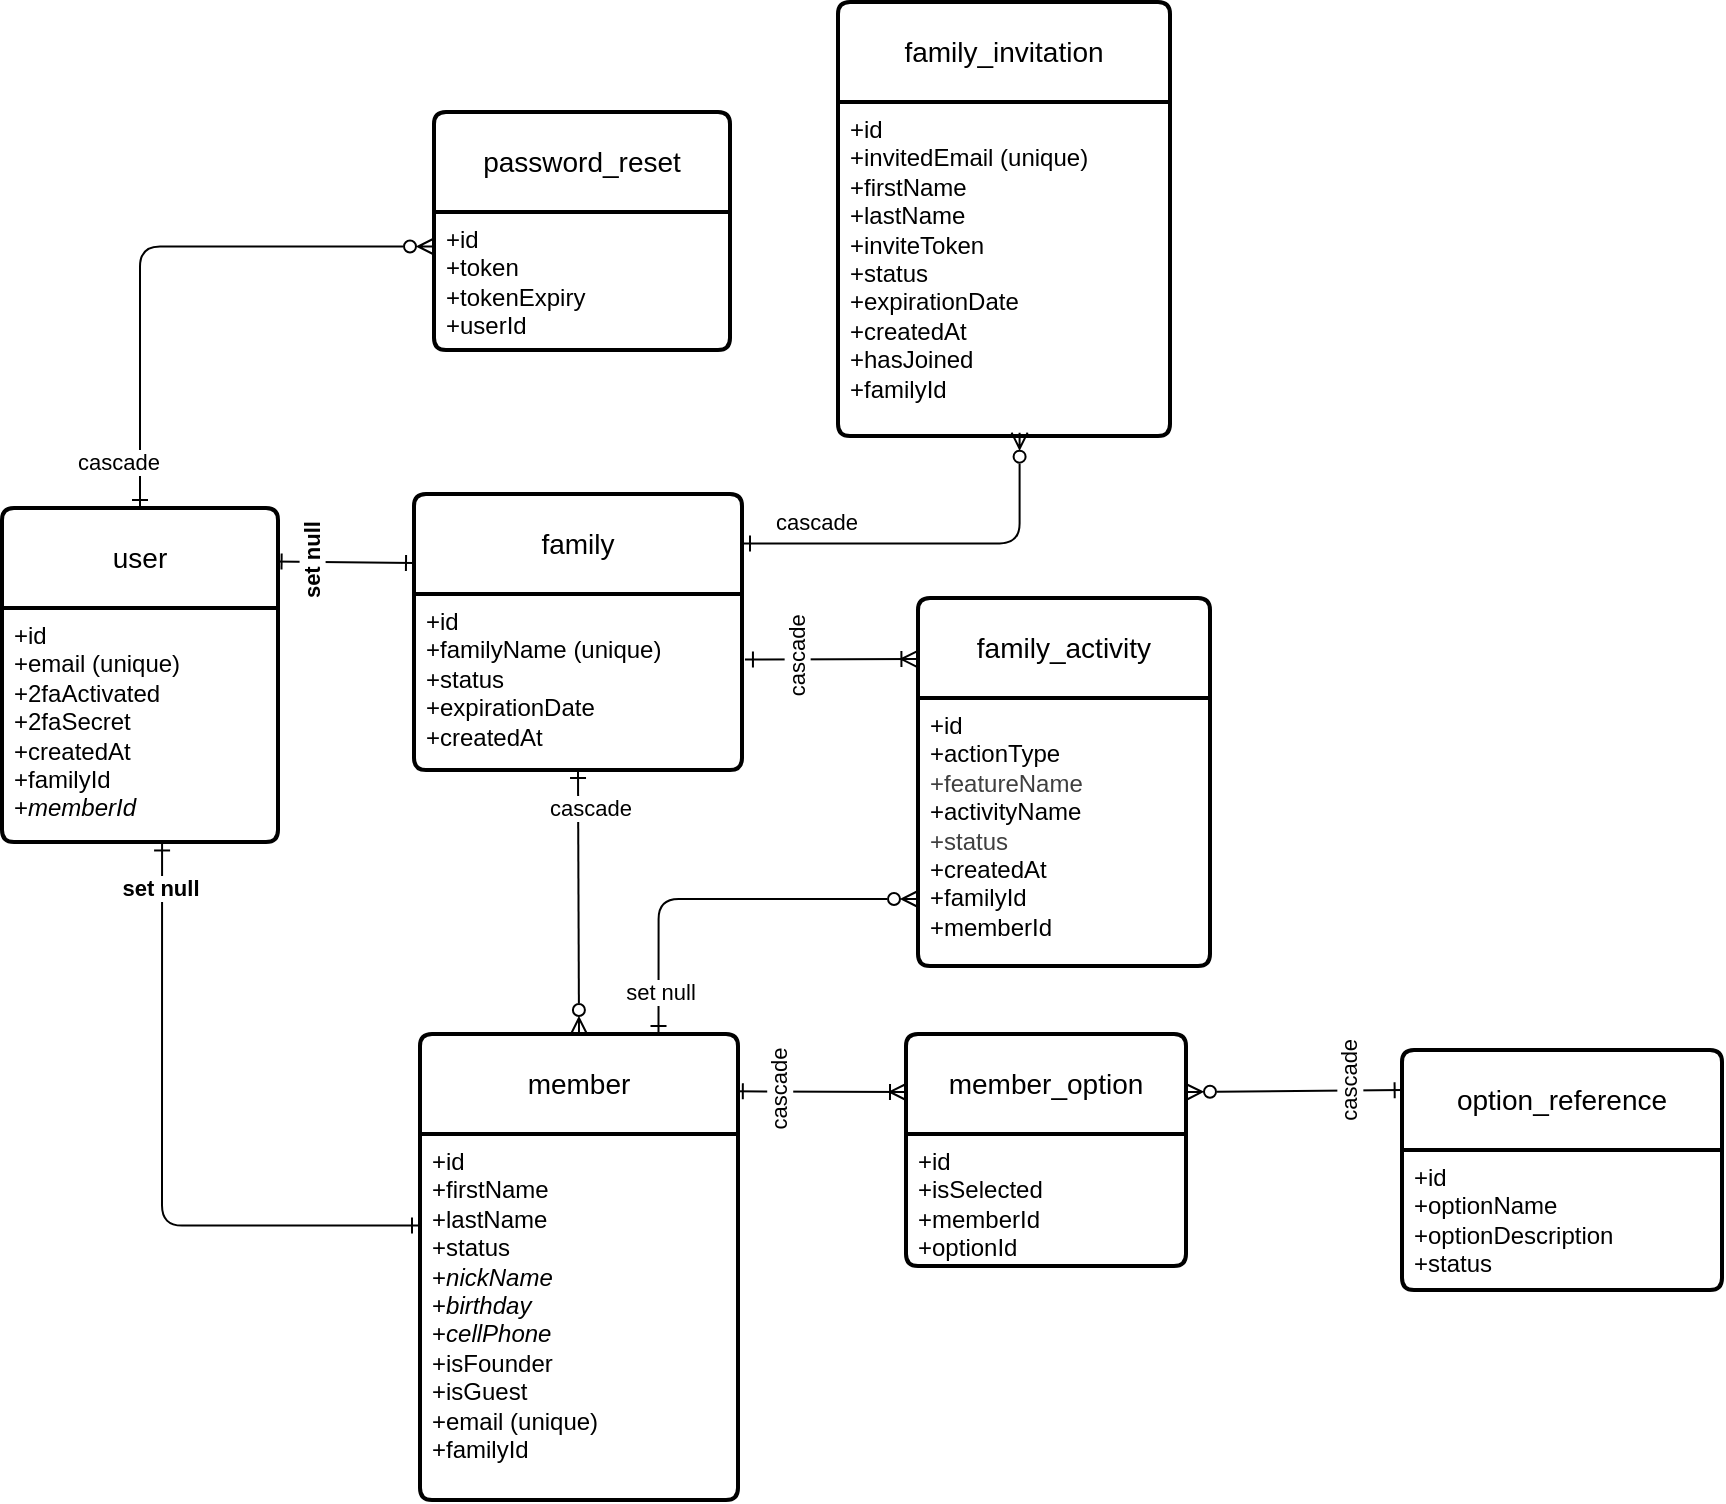
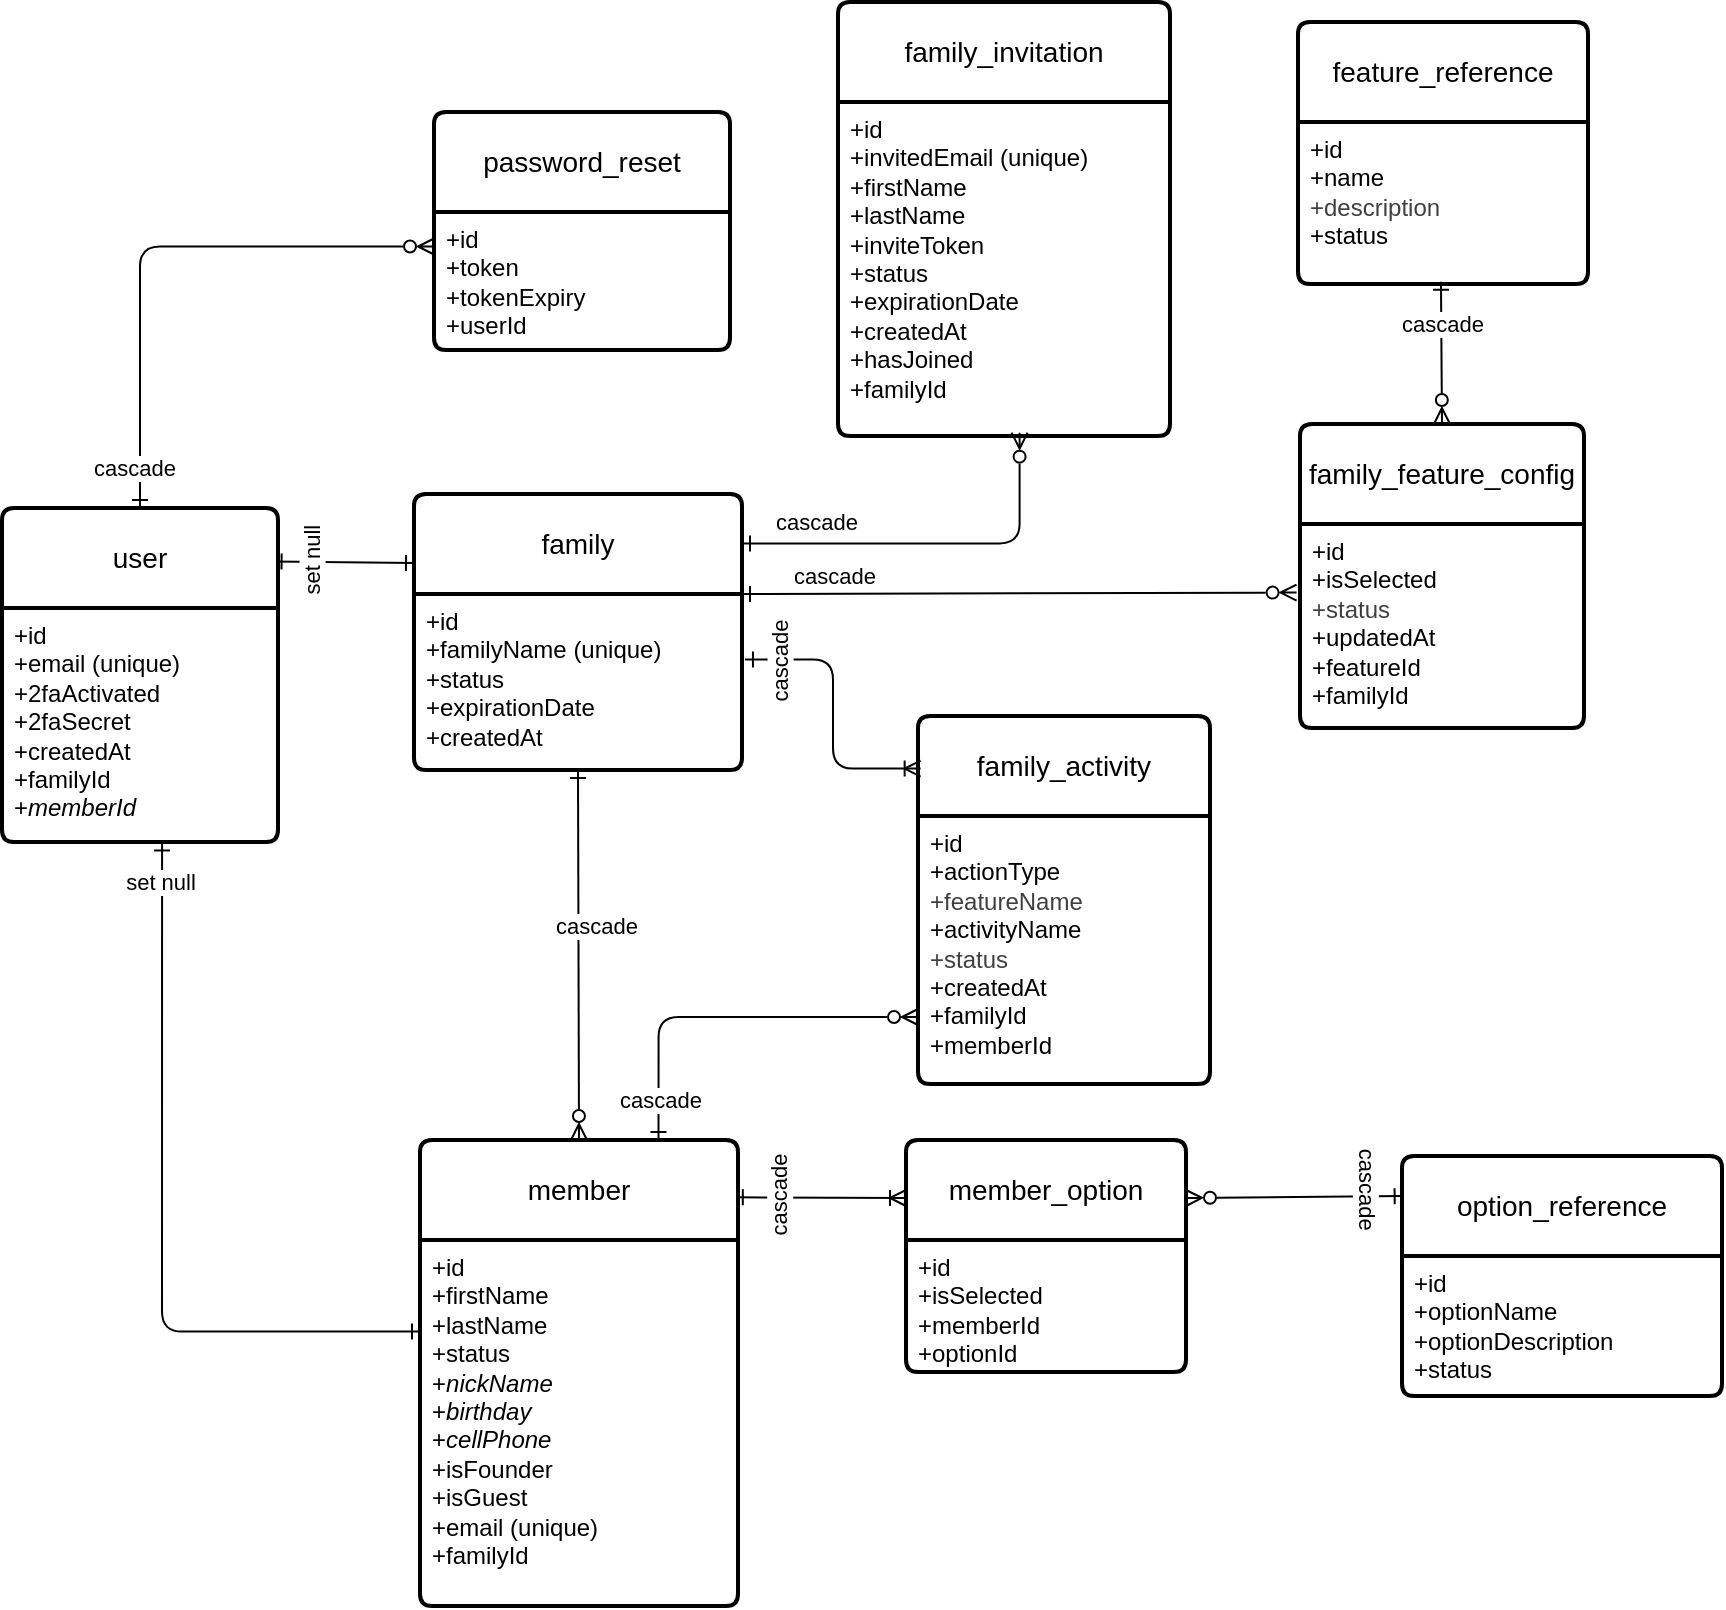
<mxfile host="65bd71144e">
    <diagram id="WX1BQ3sqvUrdIcj5CrVl" name="Page-1">
-         <mxGraphModel dx="1041" dy="649" grid="1" gridSize="2" guides="1" tooltips="1" connect="1" arrows="1" fold="1" page="1" pageScale="1" pageWidth="1100" pageHeight="850" background="#ffffff" math="0" shadow="0">
+         <mxGraphModel dx="1092" dy="837" grid="1" gridSize="2" guides="1" tooltips="1" connect="1" arrows="1" fold="1" page="1" pageScale="1" pageWidth="1100" pageHeight="850" background="#ffffff" math="0" shadow="0">
            <root>
                <mxCell id="0"/>
                <mxCell id="1" parent="0"/>
                <mxCell id="185" style="html=1;endArrow=ERone;endFill=0;startArrow=ERone;startFill=0;elbow=vertical;rounded=1;entryX=0;entryY=0.25;entryDx=0;entryDy=0;exitX=0.58;exitY=1.002;exitDx=0;exitDy=0;exitPerimeter=0;edgeStyle=orthogonalEdgeStyle;" parent="1" source="250" target="248" edge="1">
                    <mxGeometry relative="1" as="geometry">
                        <mxPoint x="304" y="679" as="sourcePoint"/>
                        <mxPoint x="304" y="603" as="targetPoint"/>
                    </mxGeometry>
                </mxCell>
-                 <mxCell id="192" value="&lt;b&gt;set null&lt;/b&gt;" style="edgeLabel;html=1;align=center;verticalAlign=middle;resizable=0;points=[];" parent="185" vertex="1" connectable="0">
+                 <mxCell id="192" value="&lt;span&gt;set null&lt;/span&gt;" style="edgeLabel;html=1;align=center;verticalAlign=middle;resizable=0;points=[];fontStyle=0" parent="185" vertex="1" connectable="0">
                    <mxGeometry x="-0.121" y="1" relative="1" as="geometry">
-                         <mxPoint x="-2" y="-118" as="offset"/>
+                         <mxPoint x="-2" y="-144" as="offset"/>
                    </mxGeometry>
                </mxCell>
                <mxCell id="186" style="edgeStyle=none;html=1;exitX=0.984;exitY=0.16;exitDx=0;exitDy=0;entryX=0;entryY=0.25;entryDx=0;entryDy=0;endArrow=ERone;endFill=0;startArrow=ERone;startFill=0;exitPerimeter=0;" parent="1" source="249" target="254" edge="1">
                    <mxGeometry relative="1" as="geometry"/>
                </mxCell>
-                 <mxCell id="193" value="&lt;b&gt;set null&lt;/b&gt;" style="edgeLabel;html=1;align=center;verticalAlign=middle;resizable=0;points=[];rotation=270;" parent="186" vertex="1" connectable="0">
+                 <mxCell id="193" value="&lt;span&gt;set null&lt;/span&gt;" style="edgeLabel;html=1;align=center;verticalAlign=middle;resizable=0;points=[];rotation=270;fontStyle=0" parent="186" vertex="1" connectable="0">
                    <mxGeometry x="-0.2774" y="1" relative="1" as="geometry">
                        <mxPoint x="-7" y="1" as="offset"/>
                    </mxGeometry>
                </mxCell>
                <mxCell id="187" style="html=1;endArrow=ERzeroToMany;endFill=0;startArrow=ERone;startFill=0;exitX=0.5;exitY=0;exitDx=0;exitDy=0;rounded=1;entryX=0;entryY=0.25;entryDx=0;entryDy=0;edgeStyle=orthogonalEdgeStyle;" parent="1" source="249" target="253" edge="1">
                    <mxGeometry relative="1" as="geometry">
                        <mxPoint x="148" y="233.75" as="sourcePoint"/>
                        <mxPoint x="352.5" y="103" as="targetPoint"/>
                    </mxGeometry>
                </mxCell>
                <mxCell id="194" value="cascade" style="edgeLabel;html=1;align=center;verticalAlign=middle;resizable=0;points=[];" parent="187" vertex="1" connectable="0">
                    <mxGeometry x="-0.0584" y="-2" relative="1" as="geometry">
-                         <mxPoint x="-11" y="105" as="offset"/>
+                         <mxPoint x="-3" y="108" as="offset"/>
                    </mxGeometry>
                </mxCell>
                <mxCell id="188" style="html=1;entryX=0.5;entryY=0;entryDx=0;entryDy=0;exitX=0.5;exitY=1;exitDx=0;exitDy=0;endArrow=ERzeroToMany;endFill=0;startArrow=ERone;startFill=0;" parent="1" source="255" target="247" edge="1">
                    <mxGeometry relative="1" as="geometry">
                        <mxPoint x="400" y="433" as="sourcePoint"/>
                    </mxGeometry>
                </mxCell>
                <mxCell id="189" style="html=1;entryX=0.547;entryY=0.99;entryDx=0;entryDy=0;startArrow=ERone;startFill=0;endArrow=ERzeroToMany;endFill=0;exitX=1;exitY=0.179;exitDx=0;exitDy=0;entryPerimeter=0;elbow=vertical;exitPerimeter=0;edgeStyle=orthogonalEdgeStyle;" parent="1" source="254" target="259" edge="1">
                    <mxGeometry relative="1" as="geometry">
                        <mxPoint x="660" y="363" as="sourcePoint"/>
                    </mxGeometry>
                </mxCell>
                <mxCell id="195" value="cascade" style="edgeLabel;html=1;align=center;verticalAlign=middle;resizable=0;points=[];" parent="189" vertex="1" connectable="0">
                    <mxGeometry x="0.0229" y="-2" relative="1" as="geometry">
                        <mxPoint x="-63" y="-13" as="offset"/>
                    </mxGeometry>
                </mxCell>
                <mxCell id="190" style="edgeStyle=none;html=1;entryX=0;entryY=0.25;entryDx=0;entryDy=0;startArrow=ERone;startFill=0;endArrow=ERoneToMany;endFill=0;exitX=0.99;exitY=0.123;exitDx=0;exitDy=0;exitPerimeter=0;" parent="1" source="247" target="260" edge="1">
                    <mxGeometry relative="1" as="geometry">
-                         <mxPoint x="544" y="535" as="sourcePoint"/>
+                         <mxPoint x="544" y="588" as="sourcePoint"/>
                    </mxGeometry>
                </mxCell>
                <mxCell id="196" value="cascade" style="edgeLabel;html=1;align=center;verticalAlign=middle;resizable=0;points=[];rotation=270;" parent="190" vertex="1" connectable="0">
                    <mxGeometry x="-0.1648" y="-1" relative="1" as="geometry">
                        <mxPoint x="-14" y="-2" as="offset"/>
                    </mxGeometry>
                </mxCell>
                <mxCell id="206" value="" style="fontSize=12;html=1;endArrow=ERzeroToMany;startArrow=ERone;exitX=0.002;exitY=0.167;exitDx=0;exitDy=0;exitPerimeter=0;entryX=1;entryY=0.25;entryDx=0;entryDy=0;rounded=0;startFill=0;endFill=0;" parent="1" source="264" target="260" edge="1">
                    <mxGeometry width="100" height="100" relative="1" as="geometry">
-                         <mxPoint x="860" y="394" as="sourcePoint"/>
-                         <mxPoint x="960" y="294" as="targetPoint"/>
+                         <mxPoint x="860" y="447" as="sourcePoint"/>
+                         <mxPoint x="960" y="347" as="targetPoint"/>
                    </mxGeometry>
                </mxCell>
-                 <mxCell id="207" value="cascade" style="edgeLabel;html=1;align=center;verticalAlign=middle;resizable=0;points=[];rotation=270;" parent="206" vertex="1" connectable="0">
+                 <mxCell id="207" value="cascade" style="edgeLabel;html=1;align=center;verticalAlign=middle;resizable=0;points=[];rotation=90;" parent="206" vertex="1" connectable="0">
                    <mxGeometry x="0.2313" y="-2" relative="1" as="geometry">
-                         <mxPoint x="40" y="-3" as="offset"/>
+                         <mxPoint x="49" y="-3" as="offset"/>
                    </mxGeometry>
                </mxCell>
-                 <mxCell id="247" value="member" style="swimlane;childLayout=stackLayout;horizontal=1;startSize=50;horizontalStack=0;rounded=1;fontSize=14;fontStyle=0;strokeWidth=2;resizeParent=0;resizeLast=1;shadow=0;dashed=0;align=center;arcSize=4;whiteSpace=wrap;html=1;" vertex="1" parent="1">
-                     <mxGeometry x="389" y="532" width="159" height="233" as="geometry"/>
+                 <mxCell id="247" value="member" style="swimlane;childLayout=stackLayout;horizontal=1;startSize=50;horizontalStack=0;rounded=1;fontSize=14;fontStyle=0;strokeWidth=2;resizeParent=0;resizeLast=1;shadow=0;dashed=0;align=center;arcSize=4;whiteSpace=wrap;html=1;" parent="1" vertex="1">
+                     <mxGeometry x="389" y="585" width="159" height="233" as="geometry"/>
                </mxCell>
-                 <mxCell id="248" value="&lt;div&gt;+id&lt;/div&gt;+firstName&lt;br&gt;+lastName&lt;br&gt;+status&lt;div&gt;+&lt;i&gt;nickName&lt;/i&gt;&lt;/div&gt;&lt;div&gt;+&lt;i&gt;birthday&lt;/i&gt;&lt;/div&gt;&lt;div&gt;+&lt;i&gt;cellPhone&lt;/i&gt;&lt;/div&gt;&lt;div&gt;+isFounder&lt;/div&gt;&lt;div&gt;+isGuest&lt;/div&gt;&lt;div&gt;+email (unique)&lt;/div&gt;&lt;div&gt;+familyId&lt;/div&gt;" style="align=left;strokeColor=none;fillColor=none;spacingLeft=4;fontSize=12;verticalAlign=top;resizable=0;rotatable=0;part=1;html=1;" vertex="1" parent="247">
+                 <mxCell id="248" value="&lt;div&gt;+id&lt;/div&gt;+firstName&lt;br&gt;+lastName&lt;br&gt;+status&lt;div&gt;+&lt;i&gt;nickName&lt;/i&gt;&lt;/div&gt;&lt;div&gt;+&lt;i&gt;birthday&lt;/i&gt;&lt;/div&gt;&lt;div&gt;+&lt;i&gt;cellPhone&lt;/i&gt;&lt;/div&gt;&lt;div&gt;+isFounder&lt;/div&gt;&lt;div&gt;+isGuest&lt;/div&gt;&lt;div&gt;+email (unique)&lt;/div&gt;&lt;div&gt;+familyId&lt;/div&gt;" style="align=left;strokeColor=none;fillColor=none;spacingLeft=4;fontSize=12;verticalAlign=top;resizable=0;rotatable=0;part=1;html=1;" parent="247" vertex="1">
                    <mxGeometry y="50" width="159" height="183" as="geometry"/>
                </mxCell>
-                 <mxCell id="249" value="user" style="swimlane;childLayout=stackLayout;horizontal=1;startSize=50;horizontalStack=0;rounded=1;fontSize=14;fontStyle=0;strokeWidth=2;resizeParent=0;resizeLast=1;shadow=0;dashed=0;align=center;arcSize=4;whiteSpace=wrap;html=1;" vertex="1" parent="1">
+                 <mxCell id="249" value="user" style="swimlane;childLayout=stackLayout;horizontal=1;startSize=50;horizontalStack=0;rounded=1;fontSize=14;fontStyle=0;strokeWidth=2;resizeParent=0;resizeLast=1;shadow=0;dashed=0;align=center;arcSize=4;whiteSpace=wrap;html=1;" parent="1" vertex="1">
                    <mxGeometry x="180" y="269" width="138" height="167" as="geometry"/>
                </mxCell>
-                 <mxCell id="250" value="+id&lt;div&gt;+email (unique)&lt;/div&gt;&lt;div&gt;+2faActivated&lt;/div&gt;&lt;div&gt;+2faSecret&lt;/div&gt;&lt;div&gt;+createdAt&lt;/div&gt;&lt;div&gt;+familyId&lt;/div&gt;&lt;div&gt;+&lt;i&gt;memberId&lt;/i&gt;&lt;/div&gt;" style="align=left;strokeColor=none;fillColor=none;spacingLeft=4;fontSize=12;verticalAlign=top;resizable=0;rotatable=0;part=1;html=1;" vertex="1" parent="249">
+                 <mxCell id="250" value="+id&lt;div&gt;+email (unique)&lt;/div&gt;&lt;div&gt;+2faActivated&lt;/div&gt;&lt;div&gt;+2faSecret&lt;/div&gt;&lt;div&gt;+createdAt&lt;/div&gt;&lt;div&gt;+familyId&lt;/div&gt;&lt;div&gt;+&lt;i&gt;memberId&lt;/i&gt;&lt;/div&gt;" style="align=left;strokeColor=none;fillColor=none;spacingLeft=4;fontSize=12;verticalAlign=top;resizable=0;rotatable=0;part=1;html=1;" parent="249" vertex="1">
                    <mxGeometry y="50" width="138" height="117" as="geometry"/>
                </mxCell>
-                 <mxCell id="252" value="password_reset" style="swimlane;childLayout=stackLayout;horizontal=1;startSize=50;horizontalStack=0;rounded=1;fontSize=14;fontStyle=0;strokeWidth=2;resizeParent=0;resizeLast=1;shadow=0;dashed=0;align=center;arcSize=4;whiteSpace=wrap;html=1;" vertex="1" parent="1">
+                 <mxCell id="252" value="password_reset" style="swimlane;childLayout=stackLayout;horizontal=1;startSize=50;horizontalStack=0;rounded=1;fontSize=14;fontStyle=0;strokeWidth=2;resizeParent=0;resizeLast=1;shadow=0;dashed=0;align=center;arcSize=4;whiteSpace=wrap;html=1;" parent="1" vertex="1">
                    <mxGeometry x="396" y="71" width="148" height="119" as="geometry"/>
                </mxCell>
-                 <mxCell id="253" value="+id&lt;div&gt;+token&lt;/div&gt;&lt;div&gt;+tokenExpiry&lt;/div&gt;&lt;div&gt;+userId&lt;/div&gt;" style="align=left;strokeColor=none;fillColor=none;spacingLeft=4;fontSize=12;verticalAlign=top;resizable=0;rotatable=0;part=1;html=1;" vertex="1" parent="252">
+                 <mxCell id="253" value="+id&lt;div&gt;+token&lt;/div&gt;&lt;div&gt;+tokenExpiry&lt;/div&gt;&lt;div&gt;+userId&lt;/div&gt;" style="align=left;strokeColor=none;fillColor=none;spacingLeft=4;fontSize=12;verticalAlign=top;resizable=0;rotatable=0;part=1;html=1;" parent="252" vertex="1">
                    <mxGeometry y="50" width="148" height="69" as="geometry"/>
                </mxCell>
-                 <mxCell id="254" value="family" style="swimlane;childLayout=stackLayout;horizontal=1;startSize=50;horizontalStack=0;rounded=1;fontSize=14;fontStyle=0;strokeWidth=2;resizeParent=0;resizeLast=1;shadow=0;dashed=0;align=center;arcSize=4;whiteSpace=wrap;html=1;" vertex="1" parent="1">
+                 <mxCell id="254" value="family" style="swimlane;childLayout=stackLayout;horizontal=1;startSize=50;horizontalStack=0;rounded=1;fontSize=14;fontStyle=0;strokeWidth=2;resizeParent=0;resizeLast=1;shadow=0;dashed=0;align=center;arcSize=4;whiteSpace=wrap;html=1;" parent="1" vertex="1">
                    <mxGeometry x="386" y="262" width="164" height="138" as="geometry"/>
                </mxCell>
-                 <mxCell id="255" value="+id&lt;br&gt;+familyName (unique)&lt;br&gt;+status&lt;div&gt;+expirationDate&lt;/div&gt;&lt;div&gt;+createdAt&lt;/div&gt;" style="align=left;strokeColor=none;fillColor=none;spacingLeft=4;fontSize=12;verticalAlign=top;resizable=0;rotatable=0;part=1;html=1;" vertex="1" parent="254">
+                 <mxCell id="255" value="+id&lt;br&gt;+familyName (unique)&lt;br&gt;+status&lt;div&gt;+expirationDate&lt;/div&gt;&lt;div&gt;+createdAt&lt;/div&gt;" style="align=left;strokeColor=none;fillColor=none;spacingLeft=4;fontSize=12;verticalAlign=top;resizable=0;rotatable=0;part=1;html=1;" parent="254" vertex="1">
                    <mxGeometry y="50" width="164" height="88" as="geometry"/>
                </mxCell>
-                 <mxCell id="258" value="family_invitation" style="swimlane;childLayout=stackLayout;horizontal=1;startSize=50;horizontalStack=0;rounded=1;fontSize=14;fontStyle=0;strokeWidth=2;resizeParent=0;resizeLast=1;shadow=0;dashed=0;align=center;arcSize=4;whiteSpace=wrap;html=1;" vertex="1" parent="1">
+                 <mxCell id="258" value="family_invitation" style="swimlane;childLayout=stackLayout;horizontal=1;startSize=50;horizontalStack=0;rounded=1;fontSize=14;fontStyle=0;strokeWidth=2;resizeParent=0;resizeLast=1;shadow=0;dashed=0;align=center;arcSize=4;whiteSpace=wrap;html=1;" parent="1" vertex="1">
                    <mxGeometry x="598" y="16" width="166" height="217" as="geometry"/>
                </mxCell>
-                 <mxCell id="259" value="+id&lt;br&gt;+invitedEmail (unique)&lt;br&gt;+firstName&lt;div&gt;+lastName&lt;/div&gt;&lt;div&gt;+inviteToken&lt;/div&gt;&lt;div&gt;+status&lt;/div&gt;&lt;div&gt;+expirationDate&lt;/div&gt;&lt;div&gt;+createdAt&lt;/div&gt;&lt;div&gt;+hasJoined&lt;/div&gt;&lt;div&gt;+familyId&lt;/div&gt;" style="align=left;strokeColor=none;fillColor=none;spacingLeft=4;fontSize=12;verticalAlign=top;resizable=0;rotatable=0;part=1;html=1;" vertex="1" parent="258">
+                 <mxCell id="259" value="+id&lt;br&gt;+invitedEmail (unique)&lt;br&gt;+firstName&lt;div&gt;+lastName&lt;/div&gt;&lt;div&gt;+inviteToken&lt;/div&gt;&lt;div&gt;+status&lt;/div&gt;&lt;div&gt;+expirationDate&lt;/div&gt;&lt;div&gt;+createdAt&lt;/div&gt;&lt;div&gt;+hasJoined&lt;/div&gt;&lt;div&gt;+familyId&lt;/div&gt;" style="align=left;strokeColor=none;fillColor=none;spacingLeft=4;fontSize=12;verticalAlign=top;resizable=0;rotatable=0;part=1;html=1;" parent="258" vertex="1">
                    <mxGeometry y="50" width="166" height="167" as="geometry"/>
                </mxCell>
-                 <mxCell id="260" value="member_option" style="swimlane;childLayout=stackLayout;horizontal=1;startSize=50;horizontalStack=0;rounded=1;fontSize=14;fontStyle=0;strokeWidth=2;resizeParent=0;resizeLast=1;shadow=0;dashed=0;align=center;arcSize=4;whiteSpace=wrap;html=1;" vertex="1" parent="1">
-                     <mxGeometry x="632" y="532" width="140" height="116" as="geometry"/>
+                 <mxCell id="260" value="member_option" style="swimlane;childLayout=stackLayout;horizontal=1;startSize=50;horizontalStack=0;rounded=1;fontSize=14;fontStyle=0;strokeWidth=2;resizeParent=0;resizeLast=1;shadow=0;dashed=0;align=center;arcSize=4;whiteSpace=wrap;html=1;" parent="1" vertex="1">
+                     <mxGeometry x="632" y="585" width="140" height="116" as="geometry"/>
                </mxCell>
-                 <mxCell id="261" value="+id&lt;div&gt;+isSelected&lt;/div&gt;&lt;div&gt;+memberId&lt;/div&gt;&lt;div&gt;+optionId&lt;/div&gt;" style="align=left;strokeColor=none;fillColor=none;spacingLeft=4;fontSize=12;verticalAlign=top;resizable=0;rotatable=0;part=1;html=1;" vertex="1" parent="260">
+                 <mxCell id="261" value="+id&lt;div&gt;+isSelected&lt;/div&gt;&lt;div&gt;+memberId&lt;/div&gt;&lt;div&gt;+optionId&lt;/div&gt;" style="align=left;strokeColor=none;fillColor=none;spacingLeft=4;fontSize=12;verticalAlign=top;resizable=0;rotatable=0;part=1;html=1;" parent="260" vertex="1">
                    <mxGeometry y="50" width="140" height="66" as="geometry"/>
                </mxCell>
-                 <mxCell id="264" value="option_reference" style="swimlane;childLayout=stackLayout;horizontal=1;startSize=50;horizontalStack=0;rounded=1;fontSize=14;fontStyle=0;strokeWidth=2;resizeParent=0;resizeLast=1;shadow=0;dashed=0;align=center;arcSize=4;whiteSpace=wrap;html=1;" vertex="1" parent="1">
-                     <mxGeometry x="880" y="540" width="160" height="120" as="geometry"/>
+                 <mxCell id="264" value="option_reference" style="swimlane;childLayout=stackLayout;horizontal=1;startSize=50;horizontalStack=0;rounded=1;fontSize=14;fontStyle=0;strokeWidth=2;resizeParent=0;resizeLast=1;shadow=0;dashed=0;align=center;arcSize=4;whiteSpace=wrap;html=1;" parent="1" vertex="1">
+                     <mxGeometry x="880" y="593" width="160" height="120" as="geometry"/>
                </mxCell>
-                 <mxCell id="265" value="+id&lt;div&gt;+optionName&lt;/div&gt;&lt;div&gt;+optionDescription&lt;/div&gt;&lt;div&gt;+status&lt;/div&gt;" style="align=left;strokeColor=none;fillColor=none;spacingLeft=4;fontSize=12;verticalAlign=top;resizable=0;rotatable=0;part=1;html=1;" vertex="1" parent="264">
+                 <mxCell id="265" value="+id&lt;div&gt;+optionName&lt;/div&gt;&lt;div&gt;+optionDescription&lt;/div&gt;&lt;div&gt;+status&lt;/div&gt;" style="align=left;strokeColor=none;fillColor=none;spacingLeft=4;fontSize=12;verticalAlign=top;resizable=0;rotatable=0;part=1;html=1;" parent="264" vertex="1">
                    <mxGeometry y="50" width="160" height="70" as="geometry"/>
                </mxCell>
-                 <mxCell id="266" value="family_activity" style="swimlane;childLayout=stackLayout;horizontal=1;startSize=50;horizontalStack=0;rounded=1;fontSize=14;fontStyle=0;strokeWidth=2;resizeParent=0;resizeLast=1;shadow=0;dashed=0;align=center;arcSize=4;whiteSpace=wrap;html=1;" vertex="1" parent="1">
-                     <mxGeometry x="638" y="314" width="146" height="184" as="geometry"/>
+                 <mxCell id="266" value="family_activity" style="swimlane;childLayout=stackLayout;horizontal=1;startSize=50;horizontalStack=0;rounded=1;fontSize=14;fontStyle=0;strokeWidth=2;resizeParent=0;resizeLast=1;shadow=0;dashed=0;align=center;arcSize=4;whiteSpace=wrap;html=1;" parent="1" vertex="1">
+                     <mxGeometry x="638" y="373" width="146" height="184" as="geometry"/>
                </mxCell>
-                 <mxCell id="267" value="+id&lt;br&gt;+actionType&lt;div style=&quot;color: rgb(63, 63, 63); scrollbar-color: rgb(226, 226, 226) rgb(251, 251, 251);&quot;&gt;+featureName&lt;/div&gt;&lt;div&gt;+activityName&lt;/div&gt;&lt;div&gt;&lt;span style=&quot;color: rgb(63, 63, 63); background-color: transparent;&quot;&gt;+status&lt;/span&gt;&lt;/div&gt;&lt;div&gt;+createdAt&lt;/div&gt;&lt;div&gt;+familyId&lt;/div&gt;&lt;div&gt;+memberId&lt;/div&gt;" style="align=left;strokeColor=none;fillColor=none;spacingLeft=4;fontSize=12;verticalAlign=top;resizable=0;rotatable=0;part=1;html=1;" vertex="1" parent="266">
+                 <mxCell id="267" value="+id&lt;br&gt;+actionType&lt;div style=&quot;color: rgb(63, 63, 63); scrollbar-color: rgb(226, 226, 226) rgb(251, 251, 251);&quot;&gt;+featureName&lt;/div&gt;&lt;div&gt;+activityName&lt;/div&gt;&lt;div&gt;&lt;span style=&quot;color: rgb(63, 63, 63); background-color: transparent;&quot;&gt;+status&lt;/span&gt;&lt;/div&gt;&lt;div&gt;+createdAt&lt;/div&gt;&lt;div&gt;+familyId&lt;/div&gt;&lt;div&gt;+memberId&lt;/div&gt;" style="align=left;strokeColor=none;fillColor=none;spacingLeft=4;fontSize=12;verticalAlign=top;resizable=0;rotatable=0;part=1;html=1;" parent="266" vertex="1">
                    <mxGeometry y="50" width="146" height="134" as="geometry"/>
                </mxCell>
-                 <mxCell id="268" style="html=1;entryX=0;entryY=0.75;entryDx=0;entryDy=0;startArrow=ERone;startFill=0;endArrow=ERzeroToMany;endFill=0;exitX=0.75;exitY=0;exitDx=0;exitDy=0;elbow=vertical;edgeStyle=orthogonalEdgeStyle;" edge="1" parent="1" source="247" target="267">
+                 <mxCell id="268" style="html=1;entryX=0;entryY=0.75;entryDx=0;entryDy=0;startArrow=ERone;startFill=0;endArrow=ERzeroToMany;endFill=0;exitX=0.75;exitY=0;exitDx=0;exitDy=0;elbow=vertical;edgeStyle=orthogonalEdgeStyle;" parent="1" source="247" target="267" edge="1">
                    <mxGeometry relative="1" as="geometry">
                        <mxPoint x="492" y="500" as="sourcePoint"/>
                        <mxPoint x="631" y="444" as="targetPoint"/>
                    </mxGeometry>
                </mxCell>
-                 <mxCell id="269" value="cascade" style="edgeLabel;html=1;align=center;verticalAlign=middle;resizable=0;points=[];" vertex="1" connectable="0" parent="268">
+                 <mxCell id="269" value="cascade" style="edgeLabel;html=1;align=center;verticalAlign=middle;resizable=0;points=[];" parent="268" vertex="1" connectable="0">
                    <mxGeometry x="0.0229" y="-2" relative="1" as="geometry">
                        <mxPoint x="-68" y="-48" as="offset"/>
                    </mxGeometry>
                </mxCell>
-                 <mxCell id="272" value="set null" style="edgeLabel;html=1;align=center;verticalAlign=middle;resizable=0;points=[];" vertex="1" connectable="0" parent="268">
+                 <mxCell id="272" value="cascade" style="edgeLabel;html=1;align=center;verticalAlign=middle;resizable=0;points=[];" parent="268" vertex="1" connectable="0">
                    <mxGeometry x="-0.7345" y="1" relative="1" as="geometry">
                        <mxPoint x="1" y="5" as="offset"/>
                    </mxGeometry>
                </mxCell>
-                 <mxCell id="270" style="edgeStyle=none;html=1;entryX=-0.002;entryY=0.166;entryDx=0;entryDy=0;startArrow=ERone;startFill=0;endArrow=ERoneToMany;endFill=0;exitX=1.009;exitY=0.372;exitDx=0;exitDy=0;exitPerimeter=0;entryPerimeter=0;" edge="1" parent="1" source="255" target="266">
+                 <mxCell id="270" style="edgeStyle=elbowEdgeStyle;html=1;entryX=0.009;entryY=0.143;entryDx=0;entryDy=0;startArrow=ERone;startFill=0;endArrow=ERoneToMany;endFill=0;exitX=1.009;exitY=0.372;exitDx=0;exitDy=0;exitPerimeter=0;entryPerimeter=0;" parent="1" source="255" target="266" edge="1">
                    <mxGeometry relative="1" as="geometry">
                        <mxPoint x="570" y="348" as="sourcePoint"/>
                        <mxPoint x="636" y="348" as="targetPoint"/>
                    </mxGeometry>
                </mxCell>
-                 <mxCell id="271" value="cascade" style="edgeLabel;html=1;align=center;verticalAlign=middle;resizable=0;points=[];rotation=270;" vertex="1" connectable="0" parent="270">
+                 <mxCell id="271" value="cascade" style="edgeLabel;html=1;align=center;verticalAlign=middle;resizable=0;points=[];rotation=270;" parent="270" vertex="1" connectable="0">
                    <mxGeometry x="-0.1648" y="-1" relative="1" as="geometry">
-                         <mxPoint x="-10" y="-2" as="offset"/>
+                         <mxPoint x="-26" y="-14" as="offset"/>
+                     </mxGeometry>
+                 </mxCell>
+                 <mxCell id="273" value="family_feature_config" style="swimlane;childLayout=stackLayout;horizontal=1;startSize=50;horizontalStack=0;rounded=1;fontSize=14;fontStyle=0;strokeWidth=2;resizeParent=0;resizeLast=1;shadow=0;dashed=0;align=center;arcSize=4;whiteSpace=wrap;html=1;" vertex="1" parent="1">
+                     <mxGeometry x="829" y="227" width="142" height="152" as="geometry"/>
+                 </mxCell>
+                 <mxCell id="274" value="+id&lt;br&gt;+isSelected&lt;div style=&quot;color: rgb(63, 63, 63); scrollbar-color: rgb(226, 226, 226) rgb(251, 251, 251);&quot;&gt;&lt;span style=&quot;background-color: transparent;&quot;&gt;+status&lt;/span&gt;&lt;/div&gt;&lt;div&gt;+updatedAt&lt;/div&gt;&lt;div&gt;+featureId&lt;/div&gt;&lt;div&gt;+familyId&lt;/div&gt;" style="align=left;strokeColor=none;fillColor=none;spacingLeft=4;fontSize=12;verticalAlign=top;resizable=0;rotatable=0;part=1;html=1;" vertex="1" parent="273">
+                     <mxGeometry y="50" width="142" height="102" as="geometry"/>
+                 </mxCell>
+                 <mxCell id="275" style="html=1;startArrow=ERone;startFill=0;endArrow=ERzeroToMany;endFill=0;exitX=1;exitY=0;exitDx=0;exitDy=0;elbow=vertical;entryX=-0.012;entryY=0.336;entryDx=0;entryDy=0;entryPerimeter=0;" edge="1" parent="1" source="255" target="274">
+                     <mxGeometry relative="1" as="geometry">
+                         <mxPoint x="586" y="314" as="sourcePoint"/>
+                         <mxPoint x="728" y="314" as="targetPoint"/>
+                     </mxGeometry>
+                 </mxCell>
+                 <mxCell id="276" value="cascade" style="edgeLabel;html=1;align=center;verticalAlign=middle;resizable=0;points=[];" vertex="1" connectable="0" parent="275">
+                     <mxGeometry x="0.0229" y="-2" relative="1" as="geometry">
+                         <mxPoint x="-96" y="-11" as="offset"/>
+                     </mxGeometry>
+                 </mxCell>
+                 <mxCell id="277" value="feature_reference" style="swimlane;childLayout=stackLayout;horizontal=1;startSize=50;horizontalStack=0;rounded=1;fontSize=14;fontStyle=0;strokeWidth=2;resizeParent=0;resizeLast=1;shadow=0;dashed=0;align=center;arcSize=4;whiteSpace=wrap;html=1;" vertex="1" parent="1">
+                     <mxGeometry x="828" y="26" width="145" height="131" as="geometry"/>
+                 </mxCell>
+                 <mxCell id="278" value="+id&lt;div&gt;+name&lt;/div&gt;&lt;div&gt;&lt;span style=&quot;color: rgb(63, 63, 63); background-color: transparent;&quot;&gt;+description&lt;/span&gt;&lt;/div&gt;&lt;div&gt;+status&lt;/div&gt;&lt;div&gt;&lt;br&gt;&lt;/div&gt;" style="align=left;strokeColor=none;fillColor=none;spacingLeft=4;fontSize=12;verticalAlign=top;resizable=0;rotatable=0;part=1;html=1;" vertex="1" parent="277">
+                     <mxGeometry y="50" width="145" height="81" as="geometry"/>
+                 </mxCell>
+                 <mxCell id="280" style="html=1;endArrow=ERzeroToMany;endFill=0;startArrow=ERone;startFill=0;exitX=0.493;exitY=0.986;exitDx=0;exitDy=0;exitPerimeter=0;entryX=0.5;entryY=0;entryDx=0;entryDy=0;" edge="1" parent="1" source="278" target="273">
+                     <mxGeometry relative="1" as="geometry">
+                         <mxPoint x="900" y="142" as="sourcePoint"/>
+                         <mxPoint x="900" y="216" as="targetPoint"/>
+                     </mxGeometry>
+                 </mxCell>
+                 <mxCell id="281" value="cascade" style="edgeLabel;html=1;align=center;verticalAlign=middle;resizable=0;points=[];" vertex="1" connectable="0" parent="280">
+                     <mxGeometry x="-0.427" relative="1" as="geometry">
+                         <mxPoint as="offset"/>
                    </mxGeometry>
                </mxCell>
            </root>
        </mxGraphModel>
    </diagram>
</mxfile>